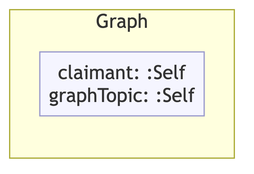
Above: example/graphs/images/graph-87.png in MeeFoundation/mia-ontologies (Mermaid), before the change. Its source is kept beside it as example/graphs/images/graph-87.mmd. Source of this version:
```mermaid
flowchart TD
    classDef person fill:#fffacd,stroke:#aaa,color:#333
    classDef org    fill:#cce5ff,stroke:#aaa,color:#333
    classDef service fill:#e6e6e6,stroke:#aaa,color:#333
    classDef lit    fill:none,stroke:none,font-style:italic,color:#2a7a2a
    classDef meta   fill:#f5f5ff,stroke:#9999cc,color:#333

    subgraph ctx["Graph"]
        direction LR
        ctx_meta["claimant: :Self\ngraphTopic: :Self"]:::meta
    end
```
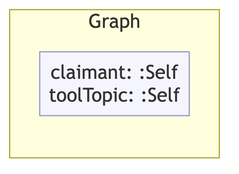
After the change.

Change to the diagram source:
```diff
@@ -7,5 +7,5 @@
 
     subgraph ctx["Graph"]
         direction LR
-        ctx_meta["claimant: :Self\ngraphTopic: :Self"]:::meta
+        ctx_meta["claimant: :Self\ntoolTopic: :Self"]:::meta
     end
```
